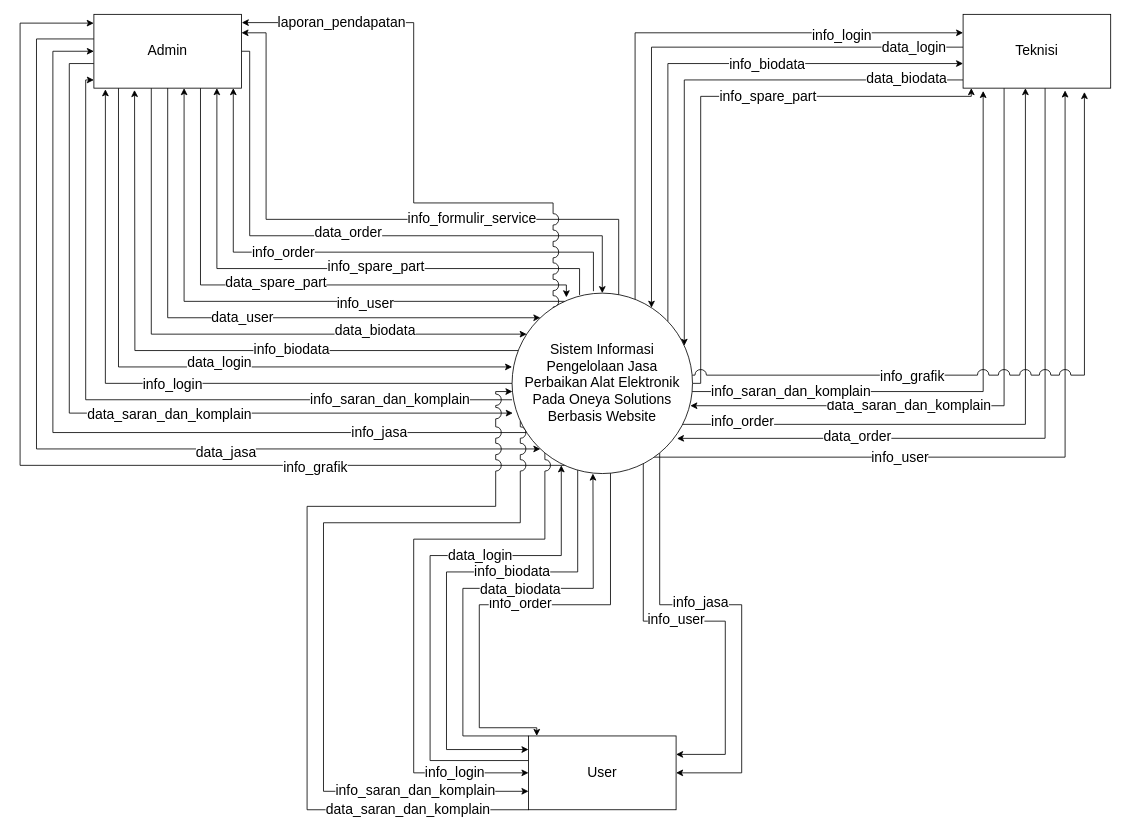
Above: dfd update/Diagram Konteks.drawio in Naveigell/ta2 (draw.io), before the change. Source tidied: cells renumbered, new cells numbered last; positions are measured from the earlier drawing's top-left corner, leaving out a move shared by most shapes. Both pictures are drawn from the tidied source at 82%, with x=0, y=0 at pixel (20, 14).
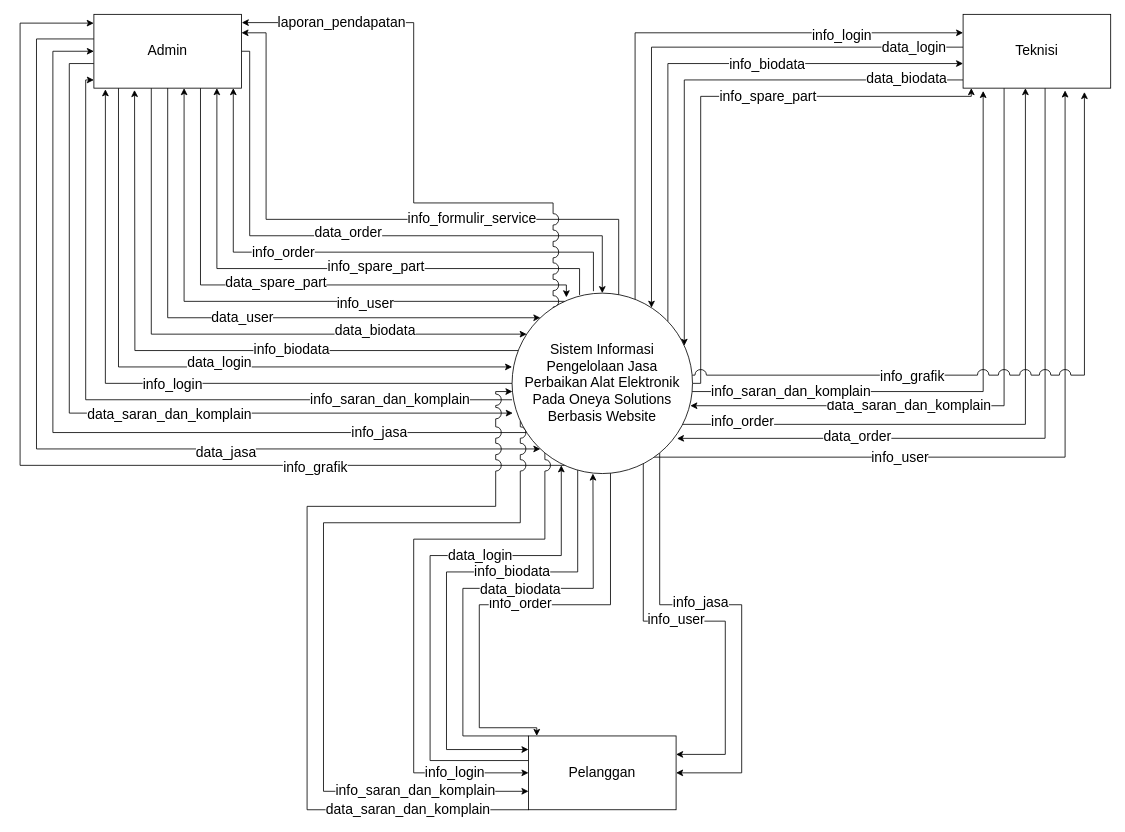
The same page after the edit.

What changed in the source:
```diff
@@
-    <mxCell id="79" value="User" style="rounded=0;whiteSpace=wrap;html=1;fontSize=17;" parent="1" vertex="1">
+    <mxCell id="79" value="Pelanggan" style="rounded=0;whiteSpace=wrap;html=1;fontSize=17;" parent="1" vertex="1">
       <mxGeometry x="620" y="880" width="180" height="90" as="geometry" />
     </mxCell>
```
